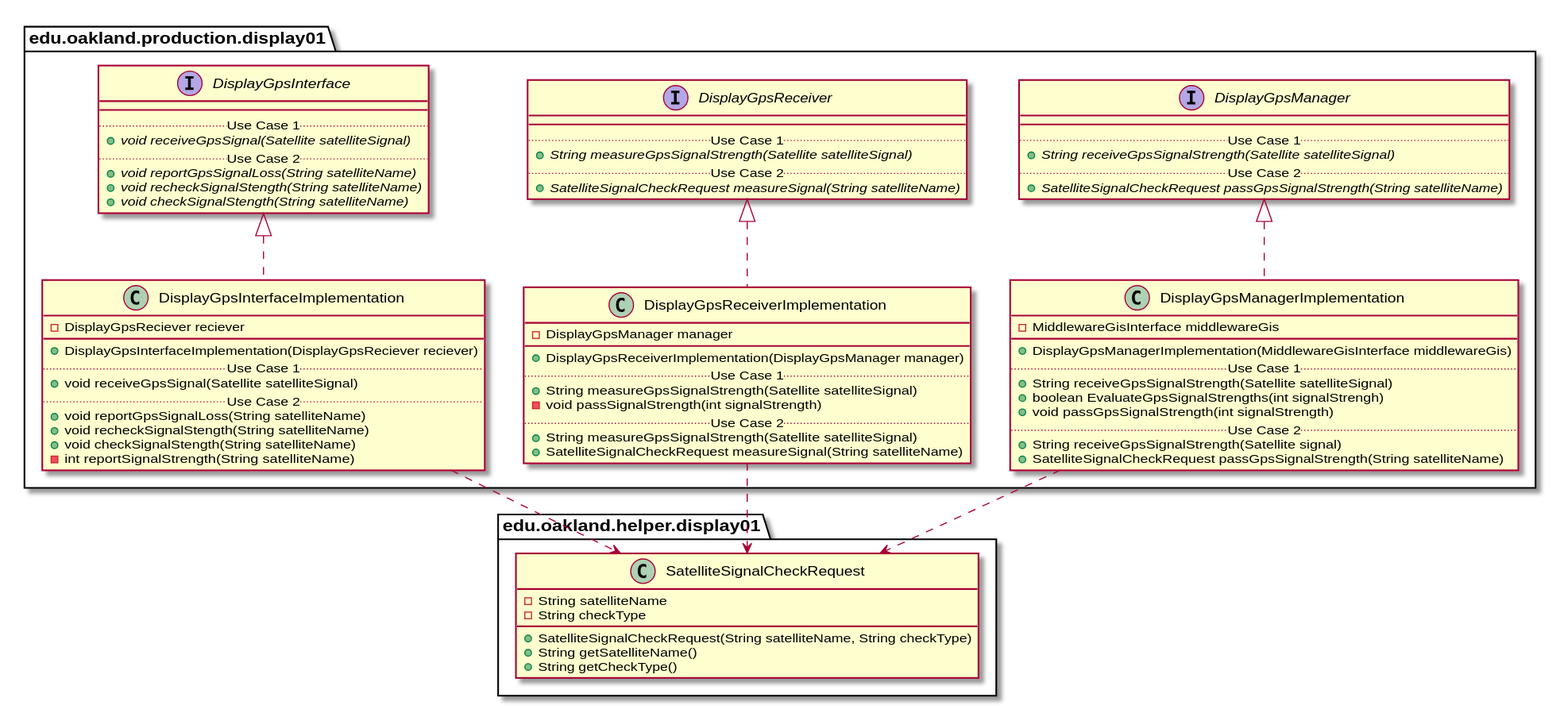
Earlier version of the PlantUML export docs/uml-class-diagrams/display01/production/Display01ProductionPackage_DirectDependencies.svg (andrewdimmer/csi-3370-software-project).
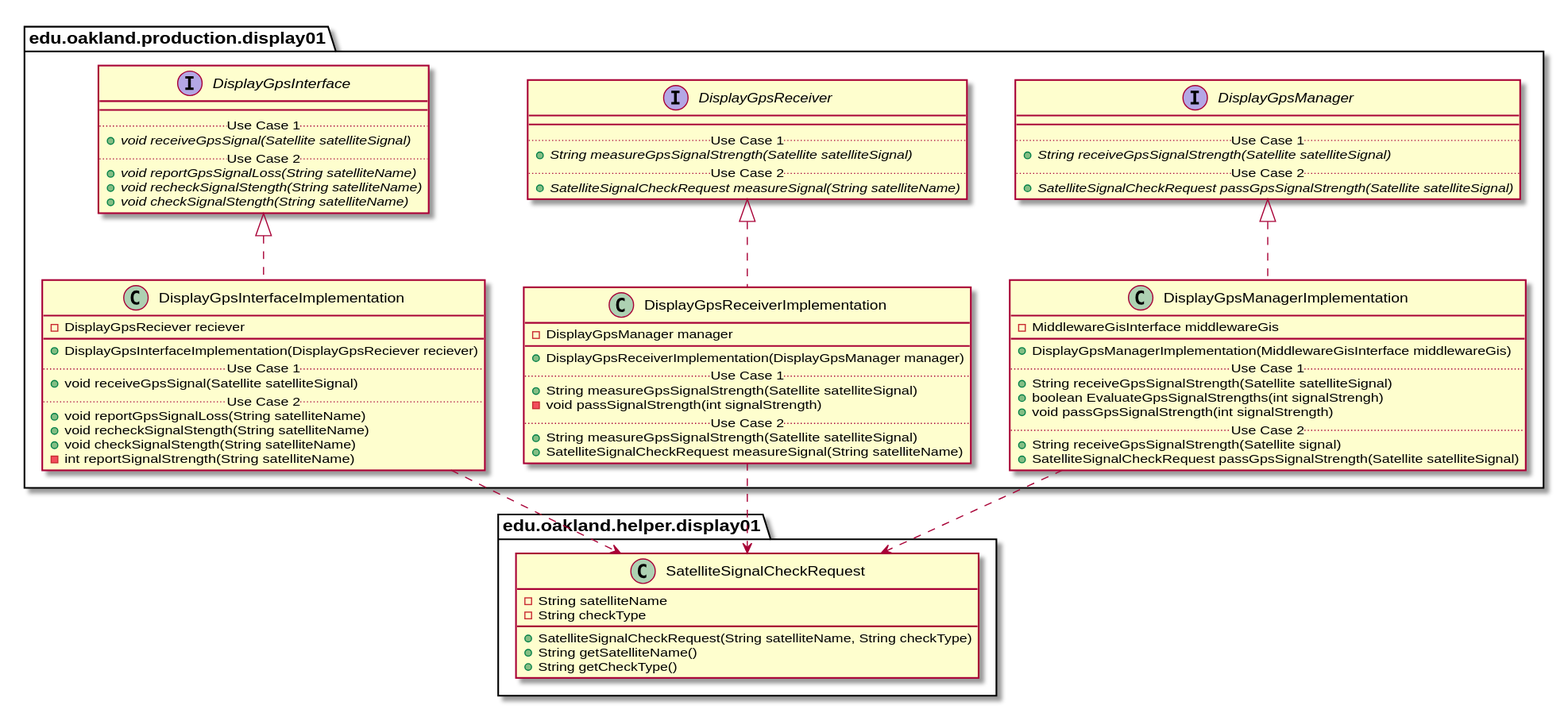
The same diagram one commit later.

Change to the diagram source:
```diff
@@ -40,7 +40,7 @@
         .. Use Case 1 ..
         {abstract} + String receiveGpsSignalStrength(Satellite satelliteSignal)
         .. Use Case 2 ..
-        {abstract} + SatelliteSignalCheckRequest passGpsSignalStrength(String satelliteName)
+        {abstract} + SatelliteSignalCheckRequest passGpsSignalStrength(Satellite satelliteSignal)
     }
 }
 
@@ -92,7 +92,7 @@
     + void passGpsSignalStrength(int signalStrength)
     .. Use Case 2 ..
     + String receiveGpsSignalStrength(Satellite signal)
-    + SatelliteSignalCheckRequest passGpsSignalStrength(String satelliteName)
+    + SatelliteSignalCheckRequest passGpsSignalStrength(Satellite satelliteSignal)
     }
 }
 
```
